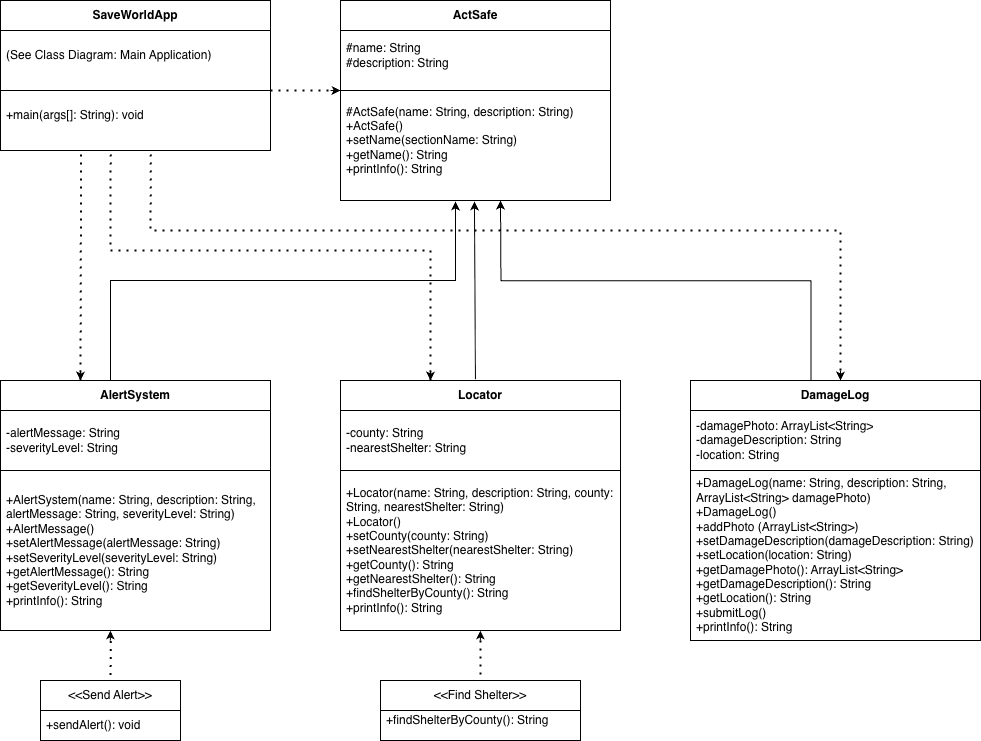
Namuun612/OOP2025 keeps this draw.io diagram as ActSafe.png. Above is the earlier version. Source tidied: cells renumbered, new cells last; positions are measured from the earlier drawing's top-left corner, leaving out a move shared by most shapes.
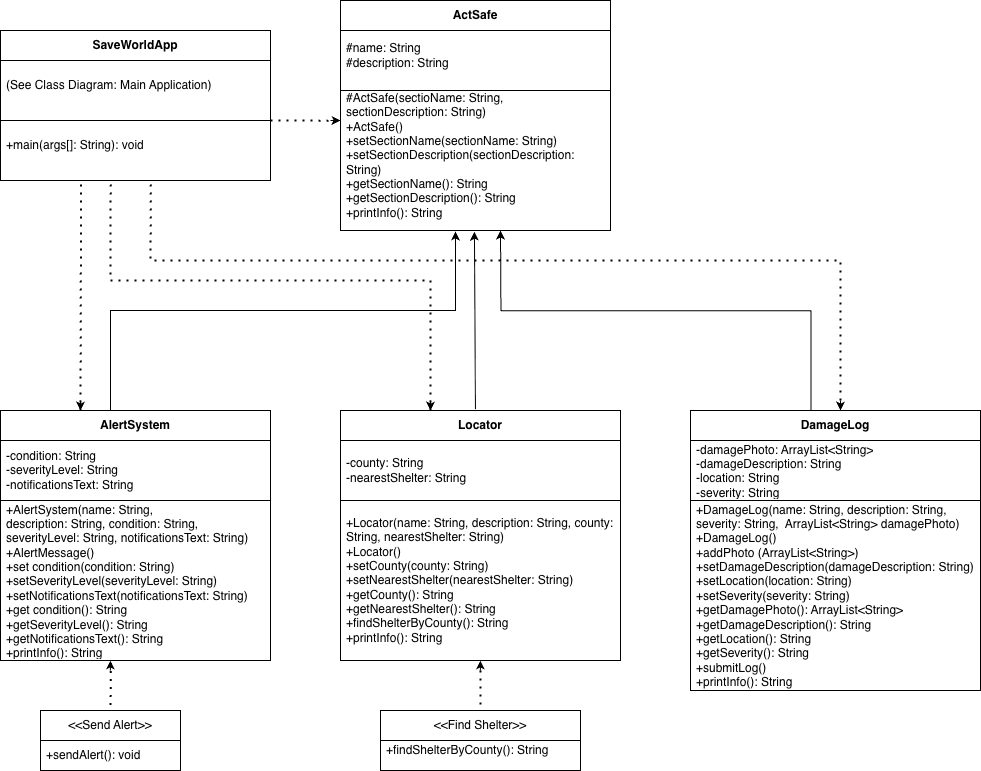
Later version of the same file.

Diff of the diagram source:
```diff
@@ -3,24 +3,24 @@
     <mxCell id="0" />
     <mxCell id="1" parent="0" />
     <mxCell id="2" value="List" style="swimlane;fontStyle=0;horizontal=1;startSize=30;whiteSpace=wrap;html=1;" parent="1" vertex="1">
-      <mxGeometry x="340" width="270" height="200" as="geometry" />
+      <mxGeometry x="340" y="-30" width="270" height="230" as="geometry" />
     </mxCell>
     <mxCell id="3" value="#name: String&lt;div&gt;#description: String&lt;/div&gt;" style="text;strokeColor=none;fillColor=none;align=left;verticalAlign=middle;spacingLeft=4;spacingRight=4;overflow=hidden;whiteSpace=wrap;html=1;" parent="2" vertex="1">
       <mxGeometry y="30" width="270" height="50" as="geometry" />
     </mxCell>
-    <mxCell id="4" value="&lt;div&gt;#ActSafe(name:&amp;nbsp;&lt;span style=&quot;background-color: transparent; color: light-dark(rgb(0, 0, 0), rgb(255, 255, 255));&quot;&gt;String&lt;/span&gt;&lt;span style=&quot;background-color: transparent; color: light-dark(rgb(0, 0, 0), rgb(255, 255, 255));&quot;&gt;, description:&amp;nbsp;&lt;/span&gt;&lt;span style=&quot;background-color: transparent; color: light-dark(rgb(0, 0, 0), rgb(255, 255, 255));&quot;&gt;String&lt;/span&gt;&lt;span style=&quot;background-color: transparent; color: light-dark(rgb(0, 0, 0), rgb(255, 255, 255));&quot;&gt;)&lt;/span&gt;&lt;/div&gt;&lt;div&gt;+ActSafe()&lt;/div&gt;+setName(sectionName: String)&lt;div&gt;+getName(): String&lt;/div&gt;&lt;div&gt;+printInfo(): String&lt;/div&gt;" style="text;strokeColor=none;fillColor=none;align=left;verticalAlign=middle;spacingLeft=4;spacingRight=4;overflow=hidden;points=[[0,0.5],[1,0.5]];portConstraint=eastwest;whiteSpace=wrap;html=1;" parent="2" vertex="1">
-      <mxGeometry y="80" width="270" height="120" as="geometry" />
+    <mxCell id="4" value="&lt;div&gt;#ActSafe(sectioName:&amp;nbsp;&lt;span style=&quot;background-color: transparent; color: light-dark(rgb(0, 0, 0), rgb(255, 255, 255));&quot;&gt;String&lt;/span&gt;&lt;span style=&quot;background-color: transparent; color: light-dark(rgb(0, 0, 0), rgb(255, 255, 255));&quot;&gt;, sectionDescription:&amp;nbsp;&lt;/span&gt;&lt;span style=&quot;background-color: transparent; color: light-dark(rgb(0, 0, 0), rgb(255, 255, 255));&quot;&gt;String&lt;/span&gt;&lt;span style=&quot;background-color: transparent; color: light-dark(rgb(0, 0, 0), rgb(255, 255, 255));&quot;&gt;)&lt;/span&gt;&lt;/div&gt;&lt;div&gt;+ActSafe()&lt;/div&gt;+setSectionName(sectionName: String)&lt;div&gt;+setSectionDescription(sectionDescription: String)&lt;br&gt;&lt;div&gt;+getSectionName(): String&lt;/div&gt;&lt;div&gt;+getSectionDescription(): String&lt;/div&gt;&lt;div&gt;+printInfo(): String&lt;/div&gt;&lt;/div&gt;" style="text;strokeColor=none;fillColor=none;align=left;verticalAlign=middle;spacingLeft=4;spacingRight=4;overflow=hidden;points=[[0,0.5],[1,0.5]];portConstraint=eastwest;whiteSpace=wrap;html=1;" parent="2" vertex="1">
+      <mxGeometry y="80" width="270" height="150" as="geometry" />
     </mxCell>
     <mxCell id="5" value="&lt;b&gt;ActSafe&lt;/b&gt;" style="swimlane;fontStyle=0;horizontal=1;startSize=30;whiteSpace=wrap;html=1;" parent="1" vertex="1">
-      <mxGeometry x="340" width="270" height="90" as="geometry" />
+      <mxGeometry x="340" y="-30" width="270" height="90" as="geometry" />
     </mxCell>
     <mxCell id="6" value="List" style="swimlane;fontStyle=0;horizontal=1;startSize=30;whiteSpace=wrap;html=1;" parent="1" vertex="1">
       <mxGeometry y="380" width="270" height="250" as="geometry" />
     </mxCell>
-    <mxCell id="7" value="-alertMessage: String&lt;div&gt;-severityLevel: String&lt;/div&gt;" style="text;strokeColor=none;fillColor=none;align=left;verticalAlign=middle;spacingLeft=4;spacingRight=4;overflow=hidden;whiteSpace=wrap;html=1;" parent="6" vertex="1">
+    <mxCell id="7" value="-condition: String&lt;div&gt;-severityLevel: String&lt;/div&gt;&lt;div&gt;-notificationsText: String&lt;/div&gt;" style="text;strokeColor=none;fillColor=none;align=left;verticalAlign=middle;spacingLeft=4;spacingRight=4;overflow=hidden;whiteSpace=wrap;html=1;" parent="6" vertex="1">
       <mxGeometry y="30" width="270" height="60" as="geometry" />
     </mxCell>
-    <mxCell id="8" value="&lt;div&gt;+AlertSystem(name:&lt;span style=&quot;background-color: transparent; color: light-dark(rgb(0, 0, 0), rgb(255, 255, 255));&quot;&gt;&amp;nbsp;String&lt;/span&gt;&lt;span style=&quot;background-color: transparent; color: light-dark(rgb(0, 0, 0), rgb(255, 255, 255));&quot;&gt;, description:&amp;nbsp;&lt;/span&gt;&lt;span style=&quot;background-color: transparent; color: light-dark(rgb(0, 0, 0), rgb(255, 255, 255));&quot;&gt;String&lt;/span&gt;&lt;span style=&quot;background-color: transparent; color: light-dark(rgb(0, 0, 0), rgb(255, 255, 255));&quot;&gt;, alertMessage:&amp;nbsp;&lt;/span&gt;&lt;span style=&quot;background-color: transparent; color: light-dark(rgb(0, 0, 0), rgb(255, 255, 255));&quot;&gt;String&lt;/span&gt;&lt;span style=&quot;background-color: transparent; color: light-dark(rgb(0, 0, 0), rgb(255, 255, 255));&quot;&gt;, severityLevel:&amp;nbsp;&lt;/span&gt;&lt;span style=&quot;background-color: transparent; color: light-dark(rgb(0, 0, 0), rgb(255, 255, 255));&quot;&gt;String&lt;/span&gt;&lt;span style=&quot;background-color: transparent; color: light-dark(rgb(0, 0, 0), rgb(255, 255, 255));&quot;&gt;)&lt;/span&gt;&lt;/div&gt;&lt;div&gt;+AlertMessage()&lt;/div&gt;+setAlertMessage(alertMessage: String)&lt;div&gt;+setSeverityLevel(severityLevel:&amp;nbsp;&lt;span style=&quot;background-color: transparent; color: light-dark(rgb(0, 0, 0), rgb(255, 255, 255));&quot;&gt;String&lt;/span&gt;&lt;span style=&quot;background-color: transparent; color: light-dark(rgb(0, 0, 0), rgb(255, 255, 255));&quot;&gt;)&lt;/span&gt;&lt;/div&gt;&lt;div&gt;+getAlertMessage(): String&lt;/div&gt;&lt;div&gt;+getSeverityLevel(): String&lt;/div&gt;&lt;div&gt;+printInfo(): String&lt;/div&gt;" style="text;strokeColor=none;fillColor=none;align=left;verticalAlign=middle;spacingLeft=4;spacingRight=4;overflow=hidden;points=[[0,0.5],[1,0.5]];portConstraint=eastwest;whiteSpace=wrap;html=1;" parent="6" vertex="1">
+    <mxCell id="8" value="&lt;div&gt;+AlertSystem(name:&lt;span style=&quot;background-color: transparent; color: light-dark(rgb(0, 0, 0), rgb(255, 255, 255));&quot;&gt;&amp;nbsp;String&lt;/span&gt;&lt;span style=&quot;background-color: transparent; color: light-dark(rgb(0, 0, 0), rgb(255, 255, 255));&quot;&gt;, description:&amp;nbsp;&lt;/span&gt;&lt;span style=&quot;background-color: transparent; color: light-dark(rgb(0, 0, 0), rgb(255, 255, 255));&quot;&gt;String&lt;/span&gt;&lt;span style=&quot;background-color: transparent; color: light-dark(rgb(0, 0, 0), rgb(255, 255, 255));&quot;&gt;,&amp;nbsp;&lt;/span&gt;condition&lt;span style=&quot;background-color: transparent; color: light-dark(rgb(0, 0, 0), rgb(255, 255, 255));&quot;&gt;:&amp;nbsp;&lt;/span&gt;&lt;span style=&quot;background-color: transparent; color: light-dark(rgb(0, 0, 0), rgb(255, 255, 255));&quot;&gt;String&lt;/span&gt;&lt;span style=&quot;background-color: transparent; color: light-dark(rgb(0, 0, 0), rgb(255, 255, 255));&quot;&gt;, severityLevel:&amp;nbsp;&lt;/span&gt;&lt;span style=&quot;background-color: transparent; color: light-dark(rgb(0, 0, 0), rgb(255, 255, 255));&quot;&gt;String,&amp;nbsp;&lt;/span&gt;&lt;span style=&quot;background-color: transparent; color: light-dark(rgb(0, 0, 0), rgb(255, 255, 255));&quot;&gt;notificationsText: String&lt;/span&gt;&lt;span style=&quot;background-color: transparent; color: light-dark(rgb(0, 0, 0), rgb(255, 255, 255));&quot;&gt;)&lt;/span&gt;&lt;/div&gt;&lt;div&gt;+AlertMessage()&lt;/div&gt;+set&amp;nbsp;condition(condition: String)&lt;div&gt;+setSeverityLevel(severityLevel:&amp;nbsp;&lt;span style=&quot;background-color: transparent; color: light-dark(rgb(0, 0, 0), rgb(255, 255, 255));&quot;&gt;String&lt;/span&gt;&lt;span style=&quot;background-color: transparent; color: light-dark(rgb(0, 0, 0), rgb(255, 255, 255));&quot;&gt;)&lt;/span&gt;&lt;/div&gt;&lt;div&gt;&lt;span style=&quot;background-color: transparent; color: light-dark(rgb(0, 0, 0), rgb(255, 255, 255));&quot;&gt;+setN&lt;/span&gt;&lt;span style=&quot;background-color: transparent; color: light-dark(rgb(0, 0, 0), rgb(255, 255, 255));&quot;&gt;otificationsText(&lt;/span&gt;&lt;span style=&quot;background-color: transparent; color: light-dark(rgb(0, 0, 0), rgb(255, 255, 255));&quot;&gt;notificationsText: String)&lt;/span&gt;&lt;/div&gt;&lt;div&gt;+get&lt;span style=&quot;background-color: transparent; color: light-dark(rgb(0, 0, 0), rgb(255, 255, 255));&quot;&gt;&amp;nbsp;condition&lt;/span&gt;&lt;span style=&quot;background-color: transparent; color: light-dark(rgb(0, 0, 0), rgb(255, 255, 255));&quot;&gt;(): String&lt;/span&gt;&lt;/div&gt;&lt;div&gt;+getSeverityLevel(): String&lt;/div&gt;&lt;div&gt;+getN&lt;span style=&quot;background-color: transparent; color: light-dark(rgb(0, 0, 0), rgb(255, 255, 255));&quot;&gt;otificationsText(): String&lt;/span&gt;&lt;/div&gt;&lt;div&gt;+printInfo(): String&lt;/div&gt;" style="text;strokeColor=none;fillColor=none;align=left;verticalAlign=middle;spacingLeft=4;spacingRight=4;overflow=hidden;points=[[0,0.5],[1,0.5]];portConstraint=eastwest;whiteSpace=wrap;html=1;" parent="6" vertex="1">
       <mxGeometry y="90" width="270" height="160" as="geometry" />
     </mxCell>
     <mxCell id="9" value="&lt;b&gt;AlertSystem&lt;/b&gt;" style="swimlane;fontStyle=0;horizontal=1;startSize=30;whiteSpace=wrap;html=1;" parent="1" vertex="1">
@@ -39,13 +39,13 @@
       <mxGeometry x="340" y="380" width="280" height="90" as="geometry" />
     </mxCell>
     <mxCell id="14" value="List" style="swimlane;fontStyle=0;horizontal=1;startSize=30;whiteSpace=wrap;html=1;" parent="1" vertex="1">
-      <mxGeometry x="690" y="380" width="290" height="260" as="geometry" />
+      <mxGeometry x="690" y="380" width="290" height="280" as="geometry" />
     </mxCell>
-    <mxCell id="15" value="-damagePhoto: ArrayList&amp;lt;String&amp;gt;&lt;div&gt;-damageDescription: String&lt;/div&gt;&lt;div&gt;-location: String&lt;/div&gt;" style="text;strokeColor=none;fillColor=none;align=left;verticalAlign=middle;spacingLeft=4;spacingRight=4;overflow=hidden;whiteSpace=wrap;html=1;" parent="14" vertex="1">
+    <mxCell id="15" value="-damagePhoto: ArrayList&amp;lt;String&amp;gt;&lt;div&gt;-damageDescription: String&lt;/div&gt;&lt;div&gt;-location: String&lt;/div&gt;&lt;div&gt;-severity: String&lt;/div&gt;" style="text;strokeColor=none;fillColor=none;align=left;verticalAlign=middle;spacingLeft=4;spacingRight=4;overflow=hidden;whiteSpace=wrap;html=1;" parent="14" vertex="1">
       <mxGeometry y="30" width="290" height="60" as="geometry" />
     </mxCell>
-    <mxCell id="16" value="&lt;div&gt;+DamageLog(name:&amp;nbsp;&lt;span style=&quot;background-color: transparent; color: light-dark(rgb(0, 0, 0), rgb(255, 255, 255));&quot;&gt;String&lt;/span&gt;&lt;span style=&quot;background-color: transparent; color: light-dark(rgb(0, 0, 0), rgb(255, 255, 255));&quot;&gt;, description:&amp;nbsp;&lt;/span&gt;&lt;span style=&quot;background-color: transparent; color: light-dark(rgb(0, 0, 0), rgb(255, 255, 255));&quot;&gt;String&lt;/span&gt;&lt;span style=&quot;background-color: transparent; color: light-dark(rgb(0, 0, 0), rgb(255, 255, 255));&quot;&gt;, ArrayList&amp;lt;String&amp;gt; damagePhoto)&lt;/span&gt;&lt;/div&gt;&lt;div&gt;+DamageLog()&lt;/div&gt;+addPhoto (ArrayList&amp;lt;String&amp;gt;)&lt;div&gt;+setDamageDescription(damageDescription:&amp;nbsp;&lt;span style=&quot;background-color: transparent; color: light-dark(rgb(0, 0, 0), rgb(255, 255, 255));&quot;&gt;String&lt;/span&gt;&lt;span style=&quot;background-color: transparent; color: light-dark(rgb(0, 0, 0), rgb(255, 255, 255));&quot;&gt;)&lt;/span&gt;&lt;/div&gt;&lt;div&gt;+setLocation(location:&amp;nbsp;&lt;span style=&quot;background-color: transparent; color: light-dark(rgb(0, 0, 0), rgb(255, 255, 255));&quot;&gt;String&lt;/span&gt;&lt;span style=&quot;background-color: transparent; color: light-dark(rgb(0, 0, 0), rgb(255, 255, 255));&quot;&gt;)&lt;/span&gt;&lt;/div&gt;&lt;div&gt;+getDamagePhoto(): ArrayList&amp;lt;String&amp;gt;&lt;/div&gt;&lt;div&gt;+getDamageDescription(): String&lt;/div&gt;&lt;div&gt;+getLocation(): String&lt;/div&gt;&lt;div&gt;+submitLog()&lt;/div&gt;&lt;div&gt;+printInfo(): String&lt;/div&gt;" style="text;strokeColor=none;fillColor=none;align=left;verticalAlign=middle;spacingLeft=4;spacingRight=4;overflow=hidden;whiteSpace=wrap;html=1;" parent="14" vertex="1">
-      <mxGeometry y="90" width="290" height="170" as="geometry" />
+    <mxCell id="16" value="&lt;div&gt;+DamageLog(name:&amp;nbsp;&lt;span style=&quot;background-color: transparent; color: light-dark(rgb(0, 0, 0), rgb(255, 255, 255));&quot;&gt;String&lt;/span&gt;&lt;span style=&quot;background-color: transparent; color: light-dark(rgb(0, 0, 0), rgb(255, 255, 255));&quot;&gt;, description:&amp;nbsp;&lt;/span&gt;&lt;span style=&quot;background-color: transparent; color: light-dark(rgb(0, 0, 0), rgb(255, 255, 255));&quot;&gt;String&lt;/span&gt;&lt;span style=&quot;background-color: transparent; color: light-dark(rgb(0, 0, 0), rgb(255, 255, 255));&quot;&gt;, severity: String,&amp;nbsp; ArrayList&amp;lt;String&amp;gt; damagePhoto)&lt;/span&gt;&lt;/div&gt;&lt;div&gt;+DamageLog()&lt;/div&gt;+addPhoto (ArrayList&amp;lt;String&amp;gt;)&lt;div&gt;+setDamageDescription(damageDescription:&amp;nbsp;&lt;span style=&quot;background-color: transparent; color: light-dark(rgb(0, 0, 0), rgb(255, 255, 255));&quot;&gt;String&lt;/span&gt;&lt;span style=&quot;background-color: transparent; color: light-dark(rgb(0, 0, 0), rgb(255, 255, 255));&quot;&gt;)&lt;/span&gt;&lt;/div&gt;&lt;div&gt;+setLocation(location:&amp;nbsp;&lt;span style=&quot;background-color: transparent; color: light-dark(rgb(0, 0, 0), rgb(255, 255, 255));&quot;&gt;String&lt;/span&gt;&lt;span style=&quot;background-color: transparent; color: light-dark(rgb(0, 0, 0), rgb(255, 255, 255));&quot;&gt;)&lt;/span&gt;&lt;/div&gt;&lt;div&gt;&lt;span style=&quot;background-color: transparent; color: light-dark(rgb(0, 0, 0), rgb(255, 255, 255));&quot;&gt;+setSeverity(severity: String)&lt;/span&gt;&lt;/div&gt;&lt;div&gt;+getDamagePhoto(): ArrayList&amp;lt;String&amp;gt;&lt;/div&gt;&lt;div&gt;+getDamageDescription(): String&lt;/div&gt;&lt;div&gt;+getLocation(): String&lt;/div&gt;&lt;div&gt;+getSeverity(): String&lt;/div&gt;&lt;div&gt;+submitLog()&lt;/div&gt;&lt;div&gt;+printInfo(): String&lt;/div&gt;" style="text;strokeColor=none;fillColor=none;align=left;verticalAlign=middle;spacingLeft=4;spacingRight=4;overflow=hidden;whiteSpace=wrap;html=1;" parent="14" vertex="1">
+      <mxGeometry y="90" width="290" height="190" as="geometry" />
     </mxCell>
     <mxCell id="17" value="&lt;b&gt;DamageLog&lt;/b&gt;" style="swimlane;fontStyle=0;horizontal=1;startSize=30;whiteSpace=wrap;html=1;" parent="1" vertex="1">
       <mxGeometry x="690" y="380" width="290" height="90" as="geometry" />
@@ -94,7 +94,7 @@
     <mxCell id="27" value="&lt;b&gt;SaveWorldApp&lt;/b&gt;" style="swimlane;fontStyle=0;horizontal=1;startSize=30;whiteSpace=wrap;html=1;" parent="1" vertex="1">
       <mxGeometry width="270" height="90" as="geometry" />
     </mxCell>
-    <mxCell id="28" style="endArrow=none;dashed=1;html=1;dashPattern=1 3;strokeWidth=2;rounded=0;entryX=0;entryY=1;entryDx=0;entryDy=0;exitX=1;exitY=1;exitDx=0;exitDy=0;" parent="1" edge="1" source="27" target="5">
+    <mxCell id="28" style="endArrow=none;dashed=1;html=1;dashPattern=1 3;strokeWidth=2;rounded=0;entryX=-0.003;entryY=0.268;entryDx=0;entryDy=0;exitX=1;exitY=1;exitDx=0;exitDy=0;entryPerimeter=0;" parent="1" edge="1" source="27" target="4">
       <mxGeometry relative="1" as="geometry" />
     </mxCell>
     <mxCell id="29" style="endArrow=none;dashed=1;html=1;dashPattern=1 3;strokeWidth=2;rounded=0;exitX=0.22;exitY=0.001;exitDx=0;exitDy=0;exitPerimeter=0;" parent="1" edge="1">
```
